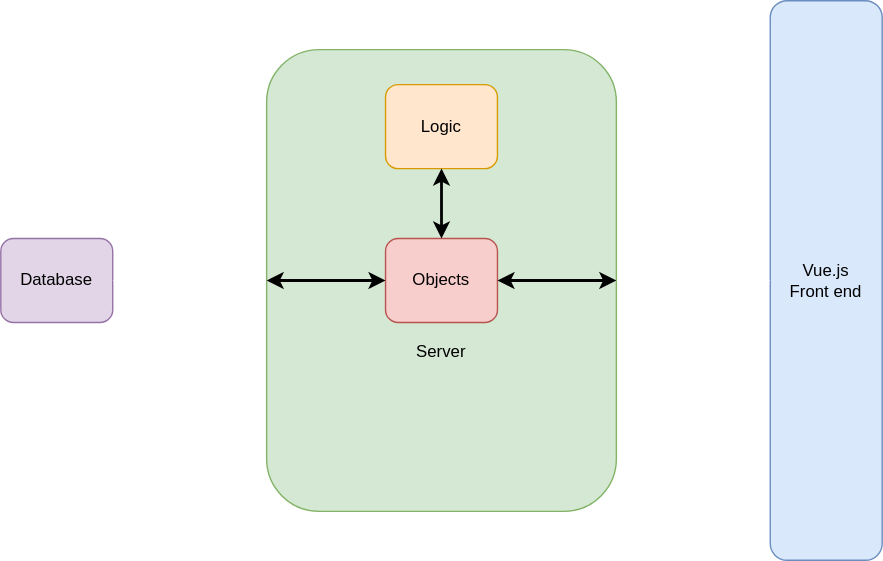
suryarawat/DigitalDeck keeps this draw.io diagram as Architecture.svg. Above is the earlier version. Source tidied: cells renumbered, new cells last; positions are measured from the earlier drawing's top-left corner, leaving out a move shared by most shapes.
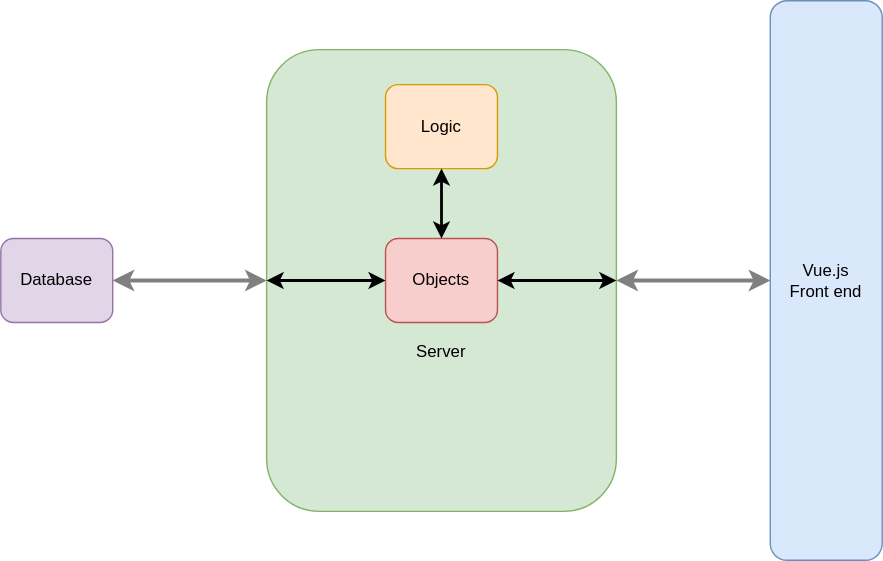
Above is the later version.

Commit message:
Changed arrow colors

Improved visibility for dark and light modes

What changed in the source:
```diff
@@ -14,10 +14,10 @@
     <mxCell id="5" value="Logic" style="rounded=1;whiteSpace=wrap;html=1;fontFamily=Helvetica;fontSize=12;align=center;fillColor=#ffe6cc;strokeColor=#d79b00;" parent="1" vertex="1">
       <mxGeometry x="275" y="60" width="80" height="60" as="geometry" />
     </mxCell>
-    <mxCell id="6" style="endArrow=classic;startArrow=classic;html=1;rounded=0;entryX=0;entryY=0.5;entryDx=0;entryDy=0;exitX=1;exitY=0.5;exitDx=0;exitDy=0;strokeWidth=3;strokeColor=#FFFFFF;" parent="1" edge="1" source="4" target="2">
+    <mxCell id="6" style="endArrow=classic;startArrow=classic;html=1;rounded=0;entryX=0;entryY=0.5;entryDx=0;entryDy=0;exitX=1;exitY=0.5;exitDx=0;exitDy=0;strokeWidth=3;strokeColor=#808080;" parent="1" edge="1" source="4" target="2">
       <mxGeometry relative="1" as="geometry" />
     </mxCell>
-    <mxCell id="7" style="endArrow=classic;startArrow=classic;html=1;rounded=0;entryX=0;entryY=0.5;entryDx=0;entryDy=0;exitX=1;exitY=0.5;exitDx=0;exitDy=0;strokeWidth=3;strokeColor=#FFFFFF;" parent="1" edge="1" source="3" target="4">
+    <mxCell id="7" style="endArrow=classic;startArrow=classic;html=1;rounded=0;entryX=0;entryY=0.5;entryDx=0;entryDy=0;exitX=1;exitY=0.5;exitDx=0;exitDy=0;strokeWidth=3;strokeColor=#808080;" parent="1" edge="1" source="3" target="4">
       <mxGeometry relative="1" as="geometry" />
     </mxCell>
     <mxCell id="8" value="Objects" style="rounded=1;whiteSpace=wrap;html=1;fontFamily=Helvetica;fontSize=12;align=center;fillColor=#f8cecc;strokeColor=#b85450;" parent="1" vertex="1">
```
